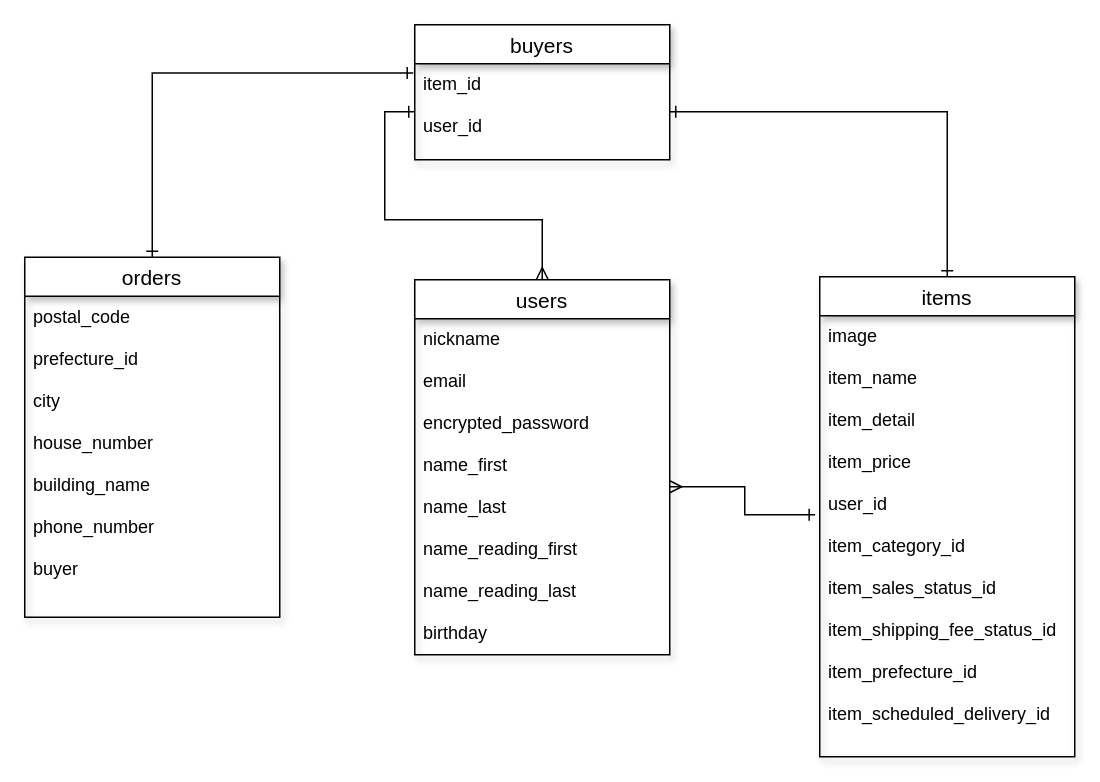
Before: er.dio in takuto95/furima-31488, a draw.io diagram. Source tidied: cells renumbered, new cells numbered last; positions are measured from the earlier drawing's top-left corner, leaving out a move shared by most shapes. Both pictures are drawn from the tidied source at 150%, with x=0, y=0 at pixel (24, 24).
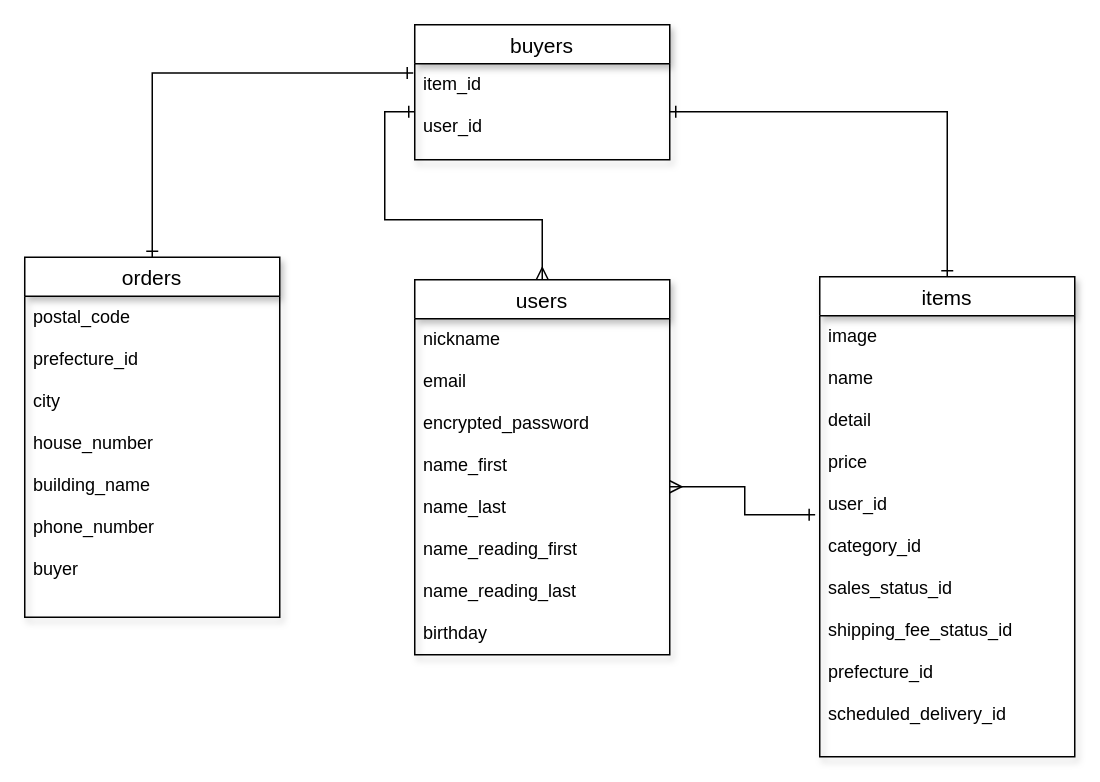
The same diagram, later.

What changed in the source:
```diff
@@
 <mxGraphModel>
   <root>
     <mxCell id="0" />
     <mxCell id="1" parent="0" />
     <mxCell id="2" value="users" style="swimlane;fontStyle=0;horizontal=1;startSize=26;align=center;fontSize=14;shadow=1;direction=east;" parent="1" vertex="1">
       <mxGeometry x="260" y="170" width="170" height="250" as="geometry" />
     </mxCell>
     <mxCell id="3" value="nickname&#10;&#10;email&#10;&#10;encrypted_password&#10;&#10;name_first&#10;&#10;name_last&#10;&#10;name_reading_first&#10;&#10;name_reading_last&#10;&#10;birthday&#10;" style="text;strokeColor=none;fillColor=none;spacingLeft=4;spacingRight=4;overflow=hidden;points=[[0,0.5],[1,0.5]];portConstraint=eastwest;fontSize=12;" parent="2" vertex="1">
       <mxGeometry y="26" width="170" height="224" as="geometry" />
     </mxCell>
     <mxCell id="4" style="edgeStyle=orthogonalEdgeStyle;rounded=0;jettySize=auto;html=1;exitX=0.5;exitY=0;exitDx=0;exitDy=0;entryX=1;entryY=0.5;entryDx=0;entryDy=0;endArrow=ERone;endFill=0;startArrow=ERone;startFill=0;" parent="1" edge="1" source="5" target="11">
       <mxGeometry relative="1" as="geometry" />
     </mxCell>
     <mxCell id="5" value="items" style="swimlane;fontStyle=0;horizontal=1;startSize=26;align=center;fontSize=14;shadow=1;direction=east;" parent="1" vertex="1">
       <mxGeometry x="530" y="168" width="170" height="320" as="geometry" />
     </mxCell>
-    <mxCell id="6" value="image&#10;&#10;item_name&#10;&#10;item_detail&#10;&#10;item_price&#10;&#10;user_id&#10;&#10;item_category_id&#10;&#10;item_sales_status_id&#10;&#10;item_shipping_fee_status_id&#10;&#10;item_prefecture_id&#10;&#10;item_scheduled_delivery_id" style="text;strokeColor=none;fillColor=none;spacingLeft=4;spacingRight=4;overflow=hidden;points=[[0,0.5],[1,0.5]];portConstraint=eastwest;fontSize=12;" parent="5" vertex="1">
+    <mxCell id="6" value="image&#10;&#10;name&#10;&#10;detail&#10;&#10;price&#10;&#10;user_id&#10;&#10;category_id&#10;&#10;sales_status_id&#10;&#10;shipping_fee_status_id&#10;&#10;prefecture_id&#10;&#10;scheduled_delivery_id" style="text;strokeColor=none;fillColor=none;spacingLeft=4;spacingRight=4;overflow=hidden;points=[[0,0.5],[1,0.5]];portConstraint=eastwest;fontSize=12;" parent="5" vertex="1">
       <mxGeometry y="26" width="170" height="294" as="geometry" />
     </mxCell>
     <mxCell id="7" style="edgeStyle=orthogonalEdgeStyle;rounded=0;jettySize=auto;html=1;exitX=0.5;exitY=0;exitDx=0;exitDy=0;entryX=-0.006;entryY=0.096;entryDx=0;entryDy=0;entryPerimeter=0;startArrow=ERone;startFill=0;endArrow=ERone;endFill=0;" parent="1" edge="1" source="8" target="11">
       <mxGeometry relative="1" as="geometry" />
     </mxCell>
     <mxCell id="8" value="orders" style="swimlane;fontStyle=0;horizontal=1;startSize=26;align=center;fontSize=14;shadow=1;direction=east;" parent="1" vertex="1">
       <mxGeometry y="155" width="170" height="240" as="geometry" />
     </mxCell>
     <mxCell id="9" value="postal_code&#10;&#10;prefecture_id&#10;&#10;city&#10;&#10;house_number&#10;&#10;building_name&#10;&#10;phone_number&#10;&#10;buyer" style="text;strokeColor=none;fillColor=none;spacingLeft=4;spacingRight=4;overflow=hidden;fontSize=12;" parent="8" vertex="1">
       <mxGeometry y="26" width="170" height="214" as="geometry" />
     </mxCell>
     <mxCell id="10" value="buyers" style="swimlane;fontStyle=0;horizontal=1;startSize=26;align=center;fontSize=14;shadow=1;direction=east;" parent="1" vertex="1">
       <mxGeometry x="260" width="170" height="90" as="geometry" />
     </mxCell>
     <mxCell id="11" value="item_id&#10;&#10;user_id" style="text;strokeColor=none;fillColor=none;spacingLeft=4;spacingRight=4;overflow=hidden;points=[[0,0.5],[1,0.5]];portConstraint=eastwest;fontSize=12;" parent="10" vertex="1">
       <mxGeometry y="26" width="170" height="64" as="geometry" />
     </mxCell>
     <mxCell id="12" style="edgeStyle=orthogonalEdgeStyle;rounded=0;jettySize=auto;html=1;exitX=1;exitY=0.5;exitDx=0;exitDy=0;entryX=-0.018;entryY=0.451;entryDx=0;entryDy=0;entryPerimeter=0;startArrow=ERmany;startFill=0;endArrow=ERone;endFill=0;" parent="1" edge="1" source="3" target="6">
       <mxGeometry relative="1" as="geometry" />
     </mxCell>
     <mxCell id="13" style="edgeStyle=orthogonalEdgeStyle;rounded=0;jettySize=auto;html=1;exitX=0;exitY=0.5;exitDx=0;exitDy=0;entryX=0.5;entryY=0;entryDx=0;entryDy=0;startArrow=ERone;startFill=0;endArrow=ERmany;endFill=0;" parent="1" edge="1" source="11" target="2">
       <mxGeometry relative="1" as="geometry" />
     </mxCell>
   </root>
 </mxGraphModel>
```
